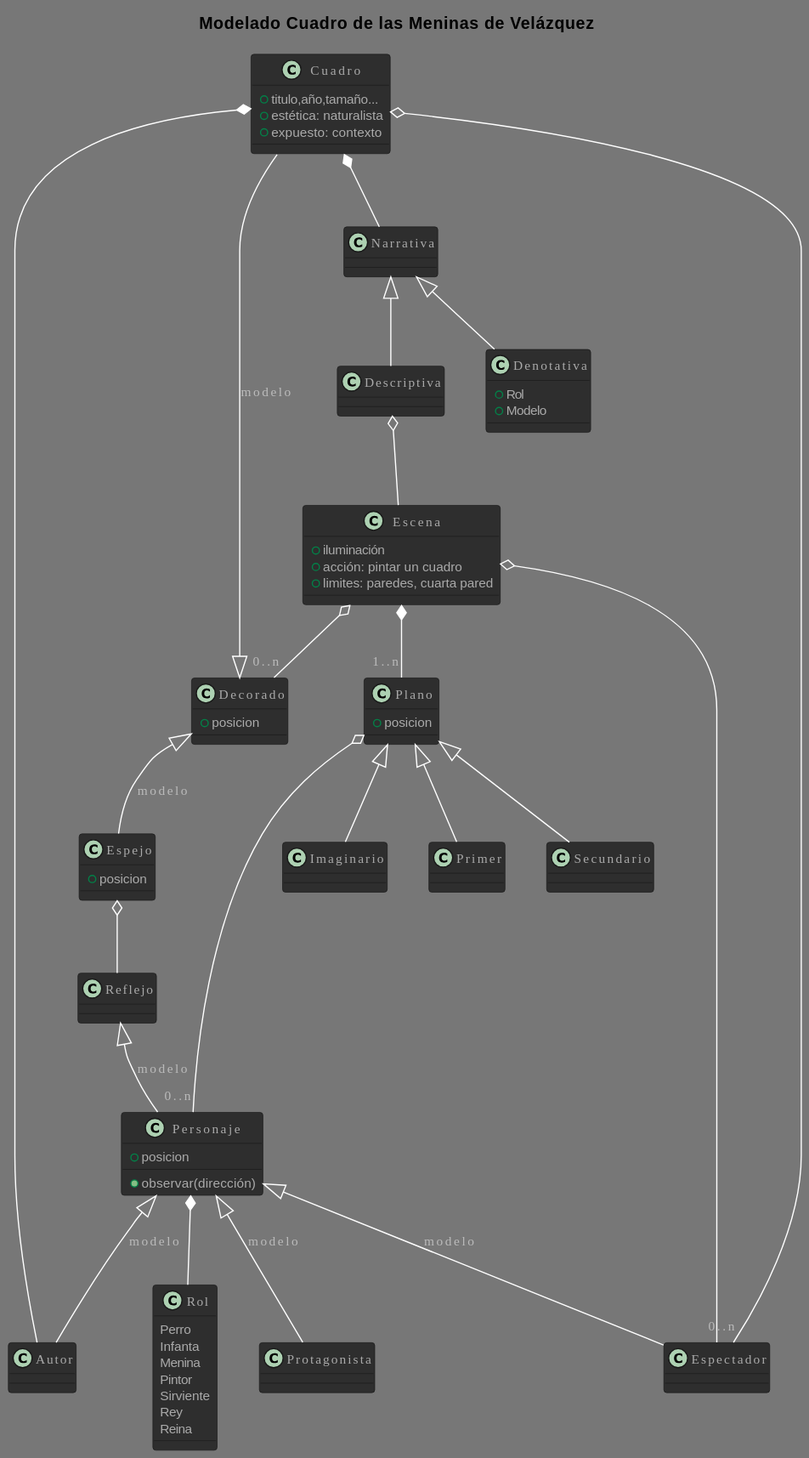
Earlier version of the PlantUML export PracticasMaster/01_Modelado_O/diagrams/meninas/MeninasDomain.svg (Joselon/joselon.github.io).
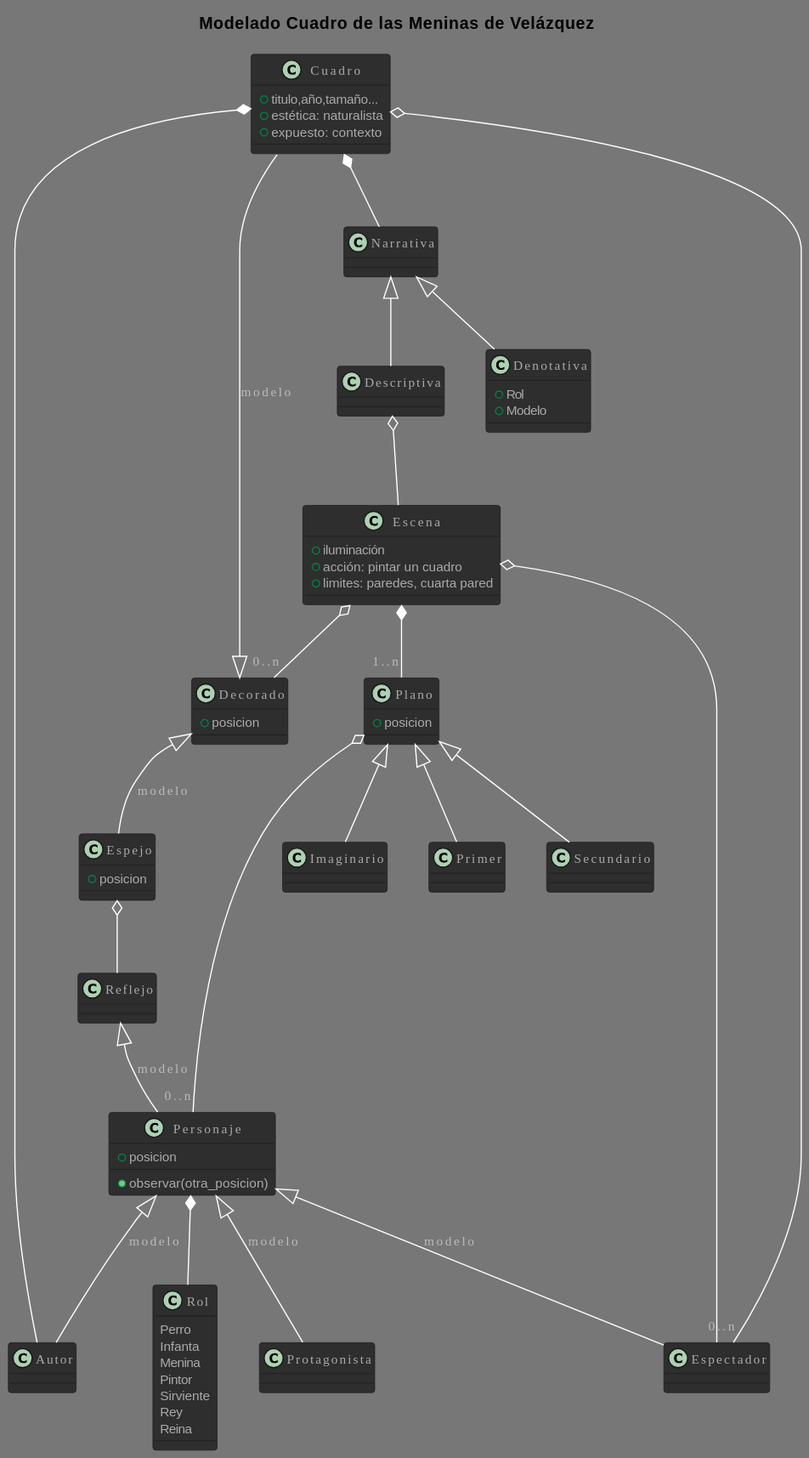
The same diagram one commit later.

What changed in the source:
```diff
@@ -69,7 +69,7 @@
 
 class Personaje {
     + posicion
-    + observar(dirección)
+    + observar(otra_posicion)
 }
 Personaje <|-- Autor :modelo
 Personaje <|-- Espectador :modelo
@@ -428,7 +428,7 @@
 
 class Personaje {
     + posicion
-    + observar(dirección)
+    + observar(otra_posicion)
 }
 Personaje <|-- Autor :modelo
 Personaje <|-- Espectador :modelo
```
